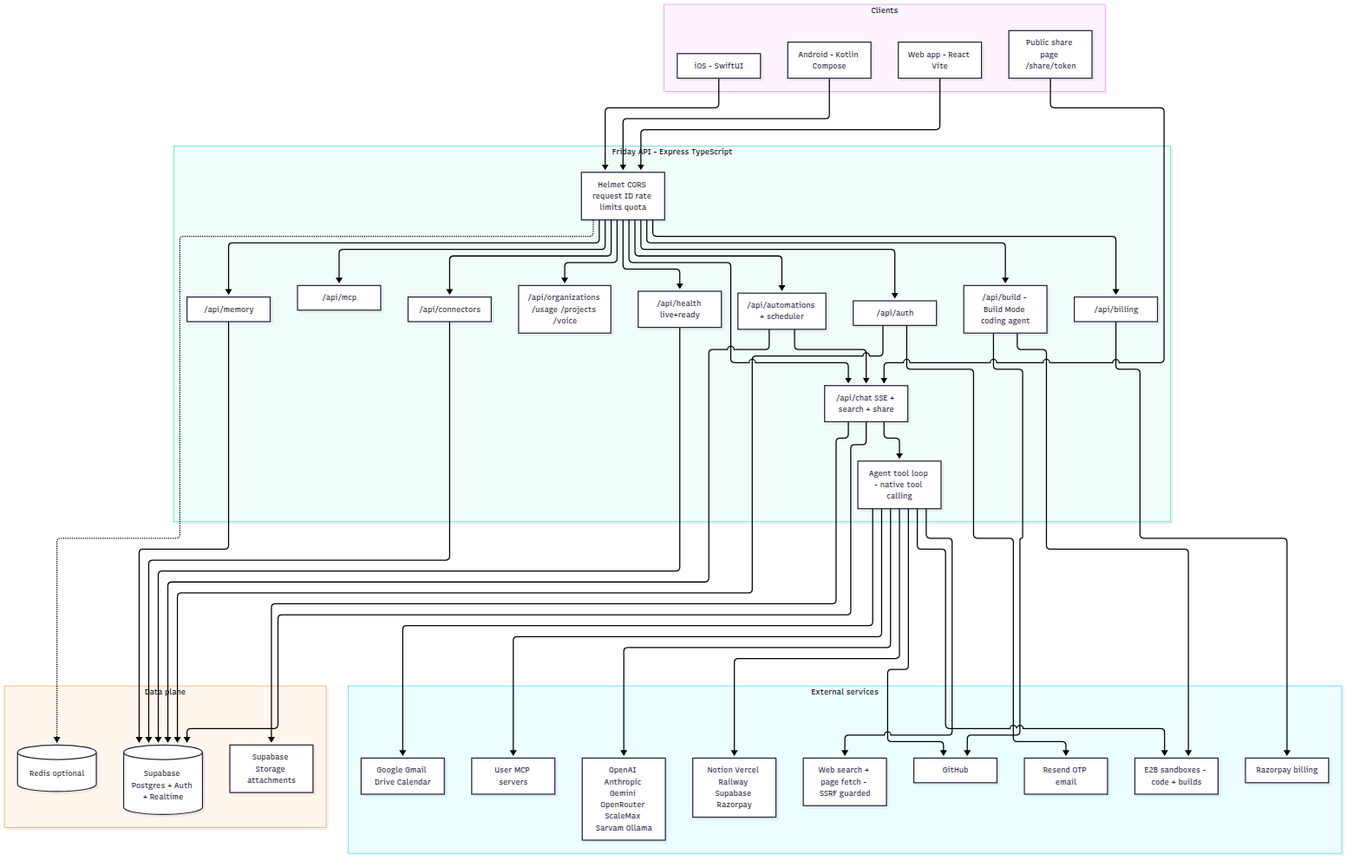
This is docs/diagrams/01-system-architecture.png from billionairestechnologies/Friday-ai, a Mermaid export, as it was before one commit. Its source is kept beside it as docs/diagrams/01-system-architecture.mmd.
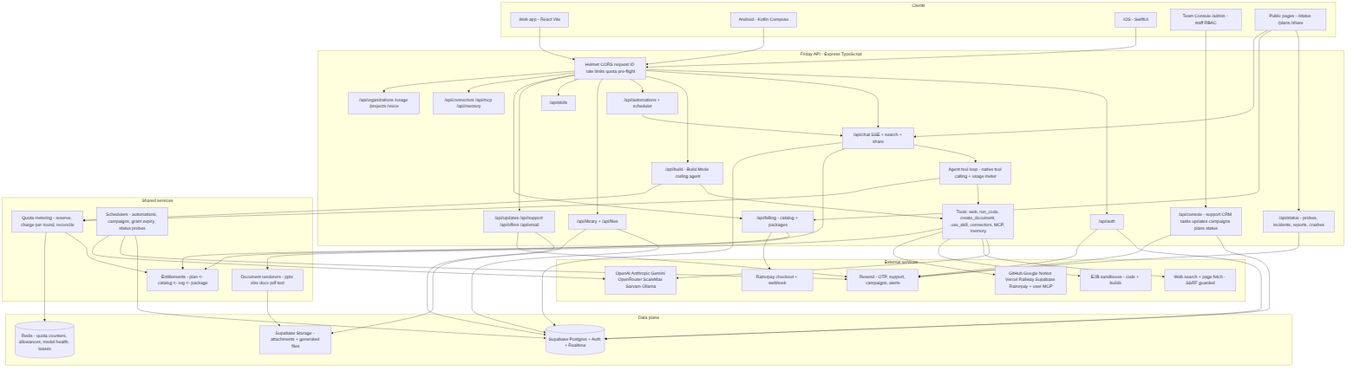
The same file after the commit.

The edit, as a diff of the source:
```diff
@@ -3,62 +3,71 @@
     Browser[Web app - React Vite]
     Android[Android - Kotlin Compose]
     IOS[iOS - SwiftUI]
-    Public[Public share page /share/token]
+    Console[Team Console /admin - staff RBAC]
+    Public[Public pages - /status /plans /share]
   end
 
   subgraph api [Friday API - Express TypeScript]
-    MW[Helmet CORS request ID rate limits quota]
+    MW[Helmet CORS request ID rate limits quota pre-flight]
     AuthR["/api/auth"]
     ChatR["/api/chat SSE + search + share"]
-    Agent[Agent tool loop - native tool calling]
+    Agent[Agent tool loop - native tool calling + usage meter]
+    Tools[Tools: web, run_code, create_document, use_skill, connectors, MCP, memory]
     BuildR["/api/build - Build Mode coding agent"]
     AutoR["/api/automations + scheduler"]
-    MemR["/api/memory"]
-    McpR["/api/mcp"]
-    BillR["/api/billing"]
-    ConnR["/api/connectors"]
+    LibR["/api/library + /api/files"]
+    SkillR["/api/skills"]
+    StatusR["/api/status - probes, incidents, reports, crashes"]
+    ConsoleR["/api/console - support CRM tasks updates campaigns plans status"]
+    Engage["/api/updates /api/support /api/offers /api/email"]
+    BillR["/api/billing - catalog + packages"]
+    ConnR["/api/connectors /api/mcp /api/memory"]
     OrgR["/api/organizations /usage /projects /voice"]
-    Health["/api/health live+ready"]
+  end
+
+  subgraph core [Shared services]
+    Quota[Quota metering - reserve, charge per round, reconcile]
+    Ent[Entitlements - plan <- catalog <- org <- package]
+    Docs[Document renderers - pptx xlsx docx pdf text]
+    Sched[Schedulers - automations, campaigns, grant expiry, status probes]
   end
 
   subgraph data [Data plane]
     SB[(Supabase Postgres + Auth + Realtime)]
-    Store[Supabase Storage attachments]
-    Redis[(Redis optional)]
+    Store[Supabase Storage - attachments + generated files]
+    Redis[(Redis - quota counters, allowances, model health, leases)]
   end
 
   subgraph vendors [External services]
     Models[OpenAI Anthropic Gemini OpenRouter ScaleMax Sarvam Ollama]
     E2B[E2B sandboxes - code + builds]
     Web[Web search + page fetch - SSRF guarded]
-    GH[GitHub]
-    G[Google Gmail Drive Calendar]
-    Other[Notion Vercel Railway Supabase Razorpay]
-    MCP[User MCP servers]
-    Pay[Razorpay billing]
-    Mail[Resend OTP email]
+    Apps[GitHub Google Notion Vercel Railway Supabase Razorpay + user MCP]
+    Pay[Razorpay checkout + webhook]
+    Mail[Resend - OTP, support, campaigns, alerts]
   end
 
-  Browser --> MW
-  Android --> MW
-  IOS --> MW
-  Public --> ChatR
-  MW --> AuthR & ChatR & BuildR & AutoR & MemR & McpR & BillR & ConnR & OrgR & Health
-  ChatR --> Agent
+  Browser & Android & IOS --> MW
+  Console --> ConsoleR
+  Public --> StatusR & BillR & ChatR
+  MW --> AuthR & ChatR & BuildR & AutoR & LibR & SkillR & Engage & BillR & ConnR & OrgR
+  ChatR --> Agent --> Tools
+  BuildR --> Tools
+  Tools --> Models & Web & E2B & Apps & Docs
+  Agent --> Quota
+  BuildR --> Quota
+  Quota --> Ent
+  ChatR --> Ent
+  BillR --> Ent
   AutoR --> ChatR
-  Agent --> Models
-  Agent --> Web
-  Agent --> E2B
-  Agent --> GH & G & Other & MCP
-  BuildR --> E2B
-  BuildR --> GH
+  Docs --> Store
+  LibR --> SB & Store
+  ConsoleR --> SB
+  ConsoleR --> Mail
+  StatusR --> Mail
+  Engage --> SB & Mail
+  BillR --> Pay
+  AuthR --> SB & Mail
+  Sched --> SB & Mail & Models
+  Quota --> Redis
   ChatR --> SB
-  ChatR --> Store
-  AuthR --> SB
-  AuthR --> Mail
-  BillR --> Pay
-  ConnR --> SB
-  MemR --> SB
-  AutoR --> SB
-  Health --> SB
-  MW -.-> Redis
```
